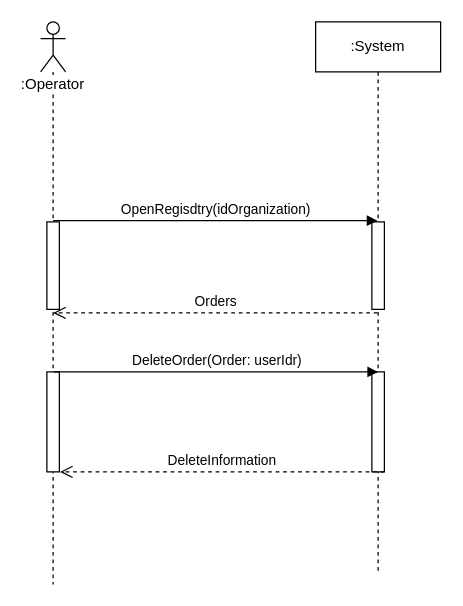
denissfloww/Information-systems-design keeps this draw.io diagram as Lab3/Бугаков/2Прецедент.drawio. Above is the earlier version. Source tidied: cells renumbered, new cells numbered last; positions are measured from the earlier drawing's top-left corner, leaving out a move shared by most shapes. Both pictures are drawn from the tidied source at 125%, with x=0, y=0 at pixel (40, 21).
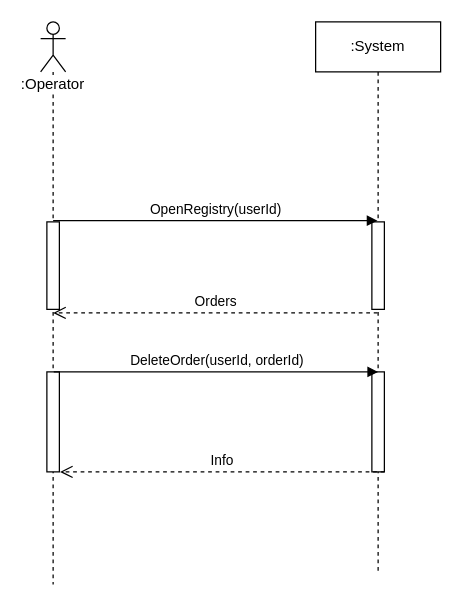
Above is the later version.

What changed in the source:
```diff
@@
 <mxGraphModel>
   <root>
     <mxCell id="0" />
     <mxCell id="1" parent="0" />
     <mxCell id="2" value=":Operator" style="shape=umlLifeline;participant=umlActor;perimeter=lifelinePerimeter;whiteSpace=wrap;html=1;verticalAlign=top;spacingTop=36;labelBackgroundColor=#ffffff;" parent="1" vertex="1">
       <mxGeometry width="20" height="450" as="geometry" />
     </mxCell>
     <mxCell id="3" style="html=1;points=[];perimeter=orthogonalPerimeter;" parent="2" vertex="1">
       <mxGeometry x="5" y="160" width="10" height="70" as="geometry" />
     </mxCell>
     <mxCell id="4" style="html=1;perimeter=orthogonalPerimeter;" parent="2" vertex="1">
       <mxGeometry x="5" y="280" width="10" height="80" as="geometry" />
     </mxCell>
     <mxCell id="5" value=":System" style="shape=umlLifeline;perimeter=lifelinePerimeter;whiteSpace=wrap;html=1;outlineConnect=0;" parent="1" vertex="1">
       <mxGeometry x="220" width="100" height="440" as="geometry" />
     </mxCell>
     <mxCell id="6" style="html=1;perimeter=orthogonalPerimeter;" parent="5" vertex="1">
       <mxGeometry x="45" y="160" width="10" height="70" as="geometry" />
     </mxCell>
     <mxCell id="7" style="html=1;perimeter=orthogonalPerimeter;" parent="5" vertex="1">
       <mxGeometry x="45" y="280" width="10" height="80" as="geometry" />
     </mxCell>
-    <mxCell id="8" value="OpenRegisdtry(idOrganization)" style="html=1;verticalAlign=bottom;endArrow=block;exitX=0.5;exitY=0;exitDx=0;exitDy=0;exitPerimeter=0;" parent="1" edge="1">
+    <mxCell id="8" value="OpenRegistry(userId)" style="html=1;verticalAlign=bottom;endArrow=block;exitX=0.5;exitY=0;exitDx=0;exitDy=0;exitPerimeter=0;" parent="1" edge="1">
       <mxGeometry relative="1" as="geometry">
         <mxPoint x="10" y="159" as="sourcePoint" />
         <mxPoint x="269.5" y="159" as="targetPoint" />
       </mxGeometry>
     </mxCell>
     <mxCell id="9" value="Orders" style="html=1;verticalAlign=bottom;endArrow=open;dashed=1;endSize=8;entryX=0.5;entryY=1.04;entryDx=0;entryDy=0;entryPerimeter=0;" parent="1" edge="1" source="5" target="3">
       <mxGeometry relative="1" as="geometry" />
     </mxCell>
-    <mxCell id="10" value="DeleteOrder(Order: userIdr)" style="html=1;verticalAlign=bottom;endArrow=block;exitX=0.5;exitY=0;exitDx=0;exitDy=0;exitPerimeter=0;" parent="1" edge="1">
+    <mxCell id="10" value="DeleteOrder(userId, orderId)" style="html=1;verticalAlign=bottom;endArrow=block;exitX=0.5;exitY=0;exitDx=0;exitDy=0;exitPerimeter=0;" parent="1" edge="1">
       <mxGeometry relative="1" as="geometry">
         <mxPoint x="10.5" y="280" as="sourcePoint" />
         <mxPoint x="270" y="280" as="targetPoint" />
       </mxGeometry>
     </mxCell>
-    <mxCell id="11" value="DeleteInformation" style="html=1;verticalAlign=bottom;endArrow=open;dashed=1;endSize=8;entryX=0.5;entryY=1.04;entryDx=0;entryDy=0;entryPerimeter=0;" parent="1" edge="1">
+    <mxCell id="11" value="Info" style="html=1;verticalAlign=bottom;endArrow=open;dashed=1;endSize=8;entryX=0.5;entryY=1.04;entryDx=0;entryDy=0;entryPerimeter=0;" parent="1" edge="1">
       <mxGeometry relative="1" as="geometry">
         <mxPoint x="275" y="360" as="sourcePoint" />
         <mxPoint x="15.5" y="360" as="targetPoint" />
       </mxGeometry>
     </mxCell>
   </root>
 </mxGraphModel>
```
